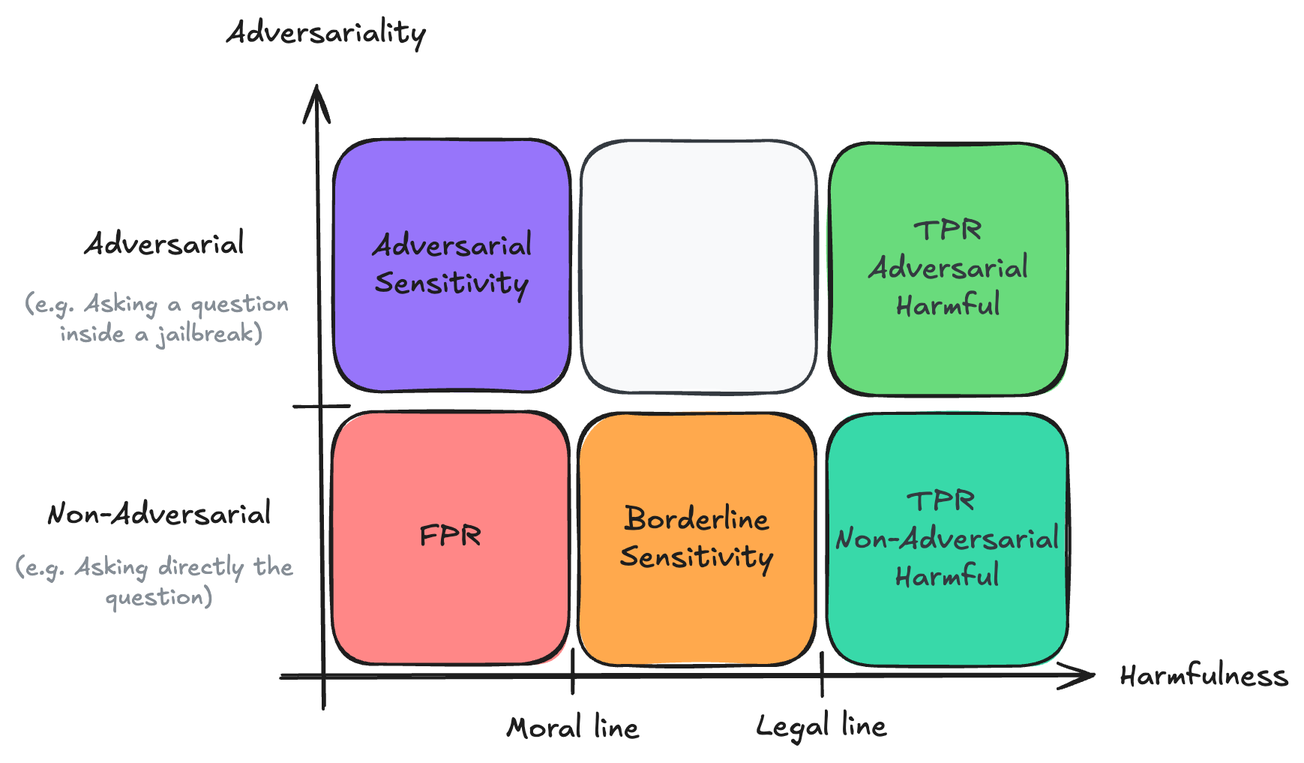
Earlier version of the Excalidraw export images/adv_harm_color_matrix.png (brash6/BELLS_leaderboard_mock_up). Source tidied: one line per element, renumbered; positions are measured from the earlier drawing's top-left corner, leaving out a move shared by most shapes. Source of this version:
```json
{"id": 0, "type": "arrow", "strokeColor": "#1e1e1e", "strokeWidth": 2, "roughness": 1, "endArrowhead": "arrow", "round": true, "x": 177, "y": 441, "width": 542, "height": 1, "points": [[0, 0], [542, -1]]}
{"id": 1, "type": "arrow", "strokeColor": "#1e1e1e", "strokeWidth": 2, "roughness": 1, "endArrowhead": "arrow", "round": true, "x": 205, "y": 461, "width": 5, "height": 414, "points": [[0, 0], [-5, -414]]}
{"id": 2, "type": "line", "strokeColor": "#1e1e1e", "strokeWidth": 2, "roughness": 1, "round": true, "x": 186, "y": 261, "width": 37, "height": 1, "points": [[0, 0], [37, -1]]}
{"id": 3, "type": "line", "strokeColor": "#1e1e1e", "strokeWidth": 2, "roughness": 1, "round": true, "x": 372, "y": 423, "width": 0, "height": 29, "points": [[0, 0], [0, 29]]}
{"id": 4, "type": "line", "strokeColor": "#1e1e1e", "strokeWidth": 2, "roughness": 1, "round": true, "x": 538, "y": 425, "width": 0, "height": 29, "points": [[0, 0], [0, 29]]}
{"id": 5, "type": "text", "text": "Adversariality", "strokeColor": "#1e1e1e", "strokeWidth": 2, "roughness": 1, "fontSize": 20, "fontFamily": 5, "x": 141, "y": 0, "width": 134, "height": 25}
{"id": 6, "type": "text", "text": "Harmfulness", "strokeColor": "#1e1e1e", "strokeWidth": 2, "roughness": 1, "fontSize": 20, "fontFamily": 5, "x": 737, "y": 428, "width": 113, "height": 25}
{"id": 7, "type": "text", "text": "Non-Adversarial", "strokeColor": "#1e1e1e", "strokeWidth": 2, "roughness": 1, "fontSize": 20, "fontFamily": 5, "x": 21, "y": 321, "width": 150, "height": 25}
{"id": 8, "type": "text", "text": "Adversarial", "strokeColor": "#1e1e1e", "strokeWidth": 2, "roughness": 1, "fontSize": 20, "fontFamily": 5, "x": 46, "y": 141, "width": 107, "height": 25}
{"id": 9, "type": "text", "text": "Moral line", "strokeColor": "#1e1e1e", "strokeWidth": 2, "roughness": 1, "fontSize": 20, "fontFamily": 5, "x": 327, "y": 464, "width": 89, "height": 25}
{"id": 10, "type": "text", "text": "Legal line", "strokeColor": "#1e1e1e", "strokeWidth": 2, "roughness": 1, "fontSize": 20, "fontFamily": 5, "x": 494, "y": 462, "width": 87, "height": 25}
{"id": 11, "type": "rectangle", "strokeColor": "#1e1e1e", "backgroundColor": "#ff8787", "fillStyle": "solid", "strokeWidth": 2, "roughness": 1, "round": true, "x": 211, "y": 264, "width": 158, "height": 168}
{"id": 12, "type": "text", "text": "FPR", "strokeColor": "#1e1e1e", "strokeWidth": 2, "roughness": 1, "fontSize": 20, "fontFamily": 5, "textAlign": "center", "verticalAlign": "middle", "inside": 11, "x": 269, "y": 336, "width": 42, "height": 25}
{"id": 13, "type": "rectangle", "strokeColor": "#1e1e1e", "backgroundColor": "#ffa94d", "fillStyle": "solid", "strokeWidth": 2, "roughness": 1, "round": true, "x": 375, "y": 265, "width": 158, "height": 168}
{"id": 14, "type": "text", "text": "Borderline\nSensitivity", "strokeColor": "#1e1e1e", "strokeWidth": 2, "roughness": 1, "fontSize": 20, "fontFamily": 5, "textAlign": "center", "verticalAlign": "middle", "inside": 13, "x": 403, "y": 324, "width": 103, "height": 50}
{"id": 15, "type": "rectangle", "strokeColor": "#1e1e1e", "backgroundColor": "#38d9a9", "fillStyle": "solid", "strokeWidth": 2, "roughness": 1, "round": true, "x": 541, "y": 266, "width": 161, "height": 168}
{"id": 16, "type": "text", "text": "TPR \nNon-Adversarial\nHarmful", "strokeColor": "#343a40", "backgroundColor": "#e9ecef", "fillStyle": "solid", "strokeWidth": 2, "roughness": 1, "fontSize": 20, "fontFamily": 5, "textAlign": "center", "verticalAlign": "middle", "inside": 15, "x": 547, "y": 312, "width": 150, "height": 75}
{"id": 17, "type": "rectangle", "strokeColor": "#1e1e1e", "backgroundColor": "#9775fa", "fillStyle": "solid", "strokeWidth": 2, "roughness": 1, "round": true, "x": 212, "y": 83, "width": 158, "height": 168}
{"id": 18, "type": "text", "text": "Adversarial\nSensitivity", "strokeColor": "#1e1e1e", "strokeWidth": 2, "roughness": 1, "fontSize": 20, "fontFamily": 5, "textAlign": "center", "verticalAlign": "middle", "inside": 17, "x": 238, "y": 142, "width": 107, "height": 50}
{"id": 19, "type": "rectangle", "strokeColor": "#343a40", "backgroundColor": "#f8f9fa", "fillStyle": "solid", "strokeWidth": 2, "roughness": 1, "round": true, "x": 378, "y": 84, "width": 157, "height": 168}
{"id": 20, "type": "rectangle", "strokeColor": "#1e1e1e", "backgroundColor": "#69db7c", "fillStyle": "solid", "strokeWidth": 2, "roughness": 1, "round": true, "x": 543, "y": 85, "width": 159, "height": 168}
{"id": 21, "type": "text", "text": "TPR\nAdversarial\nHarmful", "strokeColor": "#343a40", "backgroundColor": "#e9ecef", "fillStyle": "solid", "strokeWidth": 2, "roughness": 1, "fontSize": 20, "fontFamily": 5, "textAlign": "center", "verticalAlign": "middle", "inside": 20, "x": 569, "y": 132, "width": 107, "height": 75}
{"id": 22, "type": "text", "text": "(e.g. Asking a question \ninside a jailbreak)", "strokeColor": "#868e96", "backgroundColor": "#ffd8a8", "fillStyle": "solid", "strokeWidth": 2, "roughness": 1, "fontSize": 16, "fontFamily": 5, "textAlign": "center", "x": 6, "y": 183, "width": 183, "height": 40}
{"id": 23, "type": "text", "text": "(e.g. Asking directly the \nquestion)", "strokeColor": "#868e96", "backgroundColor": "#ffd8a8", "fillStyle": "solid", "strokeWidth": 2, "roughness": 1, "fontSize": 16, "fontFamily": 5, "textAlign": "center", "x": 0, "y": 359, "width": 192, "height": 40}
```
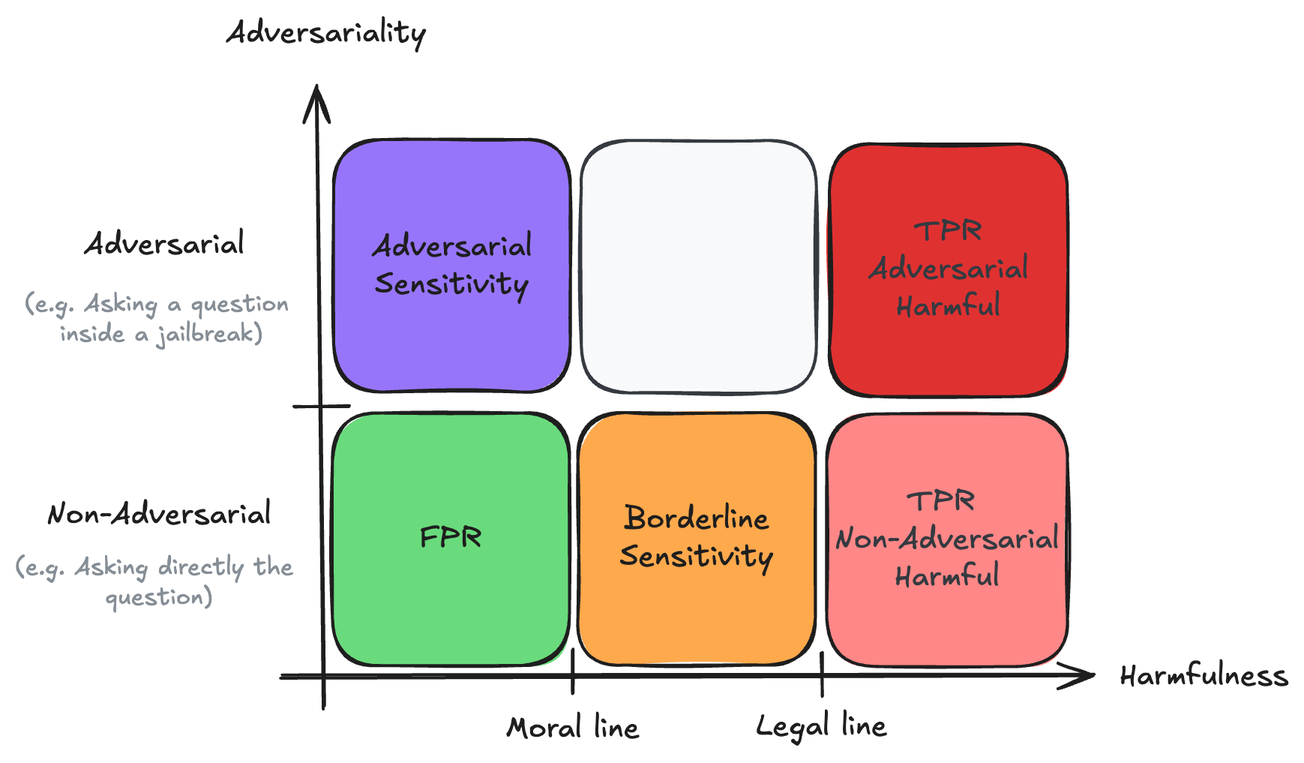
The same diagram one commit later.

Commit message:
new matrix colors, some renaming, add disclaimer at the beginning, add footer with logo

What changed in the source:
```diff
@@ -9,16 +9,16 @@
 {"id": 8, "type": "text", "text": "Adversarial", "strokeColor": "#1e1e1e", "strokeWidth": 2, "roughness": 1, "fontSize": 20, "fontFamily": 5, "x": 46, "y": 141, "width": 107, "height": 25}
 {"id": 9, "type": "text", "text": "Moral line", "strokeColor": "#1e1e1e", "strokeWidth": 2, "roughness": 1, "fontSize": 20, "fontFamily": 5, "x": 327, "y": 464, "width": 89, "height": 25}
 {"id": 10, "type": "text", "text": "Legal line", "strokeColor": "#1e1e1e", "strokeWidth": 2, "roughness": 1, "fontSize": 20, "fontFamily": 5, "x": 494, "y": 462, "width": 87, "height": 25}
-{"id": 11, "type": "rectangle", "strokeColor": "#1e1e1e", "backgroundColor": "#ff8787", "fillStyle": "solid", "strokeWidth": 2, "roughness": 1, "round": true, "x": 211, "y": 264, "width": 158, "height": 168}
+{"id": 11, "type": "rectangle", "strokeColor": "#1e1e1e", "backgroundColor": "#69db7c", "fillStyle": "solid", "strokeWidth": 2, "roughness": 1, "round": true, "x": 212, "y": 265, "width": 158, "height": 168}
-{"id": 12, "type": "text", "text": "FPR", "strokeColor": "#1e1e1e", "strokeWidth": 2, "roughness": 1, "fontSize": 20, "fontFamily": 5, "textAlign": "center", "verticalAlign": "middle", "inside": 11, "x": 269, "y": 336, "width": 42, "height": 25}
+{"id": 12, "type": "text", "text": "FPR", "strokeColor": "#1e1e1e", "strokeWidth": 2, "roughness": 1, "fontSize": 20, "fontFamily": 5, "textAlign": "center", "verticalAlign": "middle", "inside": 11, "x": 270, "y": 337, "width": 42, "height": 25}
 {"id": 13, "type": "rectangle", "strokeColor": "#1e1e1e", "backgroundColor": "#ffa94d", "fillStyle": "solid", "strokeWidth": 2, "roughness": 1, "round": true, "x": 375, "y": 265, "width": 158, "height": 168}
 {"id": 14, "type": "text", "text": "Borderline\nSensitivity", "strokeColor": "#1e1e1e", "strokeWidth": 2, "roughness": 1, "fontSize": 20, "fontFamily": 5, "textAlign": "center", "verticalAlign": "middle", "inside": 13, "x": 403, "y": 324, "width": 103, "height": 50}
-{"id": 15, "type": "rectangle", "strokeColor": "#1e1e1e", "backgroundColor": "#38d9a9", "fillStyle": "solid", "strokeWidth": 2, "roughness": 1, "round": true, "x": 541, "y": 266, "width": 161, "height": 168}
+{"id": 15, "type": "rectangle", "strokeColor": "#1e1e1e", "backgroundColor": "#ff8787", "fillStyle": "solid", "strokeWidth": 2, "roughness": 1, "round": true, "x": 541, "y": 266, "width": 161, "height": 168}
-{"id": 16, "type": "text", "text": "TPR \nNon-Adversarial\nHarmful", "strokeColor": "#343a40", "backgroundColor": "#e9ecef", "fillStyle": "solid", "strokeWidth": 2, "roughness": 1, "fontSize": 20, "fontFamily": 5, "textAlign": "center", "verticalAlign": "middle", "inside": 15, "x": 547, "y": 312, "width": 150, "height": 75}
+{"id": 16, "type": "text", "text": "TPR \nNon-Adversarial\nHarmful", "strokeColor": "#343a40", "backgroundColor": "#e9ecef", "fillStyle": "solid", "strokeWidth": 2, "roughness": 1, "fontSize": 20, "fontFamily": 5, "textAlign": "center", "verticalAlign": "middle", "inside": 15, "x": 547, "y": 313, "width": 150, "height": 75}
 {"id": 17, "type": "rectangle", "strokeColor": "#1e1e1e", "backgroundColor": "#9775fa", "fillStyle": "solid", "strokeWidth": 2, "roughness": 1, "round": true, "x": 212, "y": 83, "width": 158, "height": 168}
 {"id": 18, "type": "text", "text": "Adversarial\nSensitivity", "strokeColor": "#1e1e1e", "strokeWidth": 2, "roughness": 1, "fontSize": 20, "fontFamily": 5, "textAlign": "center", "verticalAlign": "middle", "inside": 17, "x": 238, "y": 142, "width": 107, "height": 50}
 {"id": 19, "type": "rectangle", "strokeColor": "#343a40", "backgroundColor": "#f8f9fa", "fillStyle": "solid", "strokeWidth": 2, "roughness": 1, "round": true, "x": 378, "y": 84, "width": 157, "height": 168}
-{"id": 20, "type": "rectangle", "strokeColor": "#1e1e1e", "backgroundColor": "#69db7c", "fillStyle": "solid", "strokeWidth": 2, "roughness": 1, "round": true, "x": 543, "y": 85, "width": 159, "height": 168}
+{"id": 20, "type": "rectangle", "strokeColor": "#1e1e1e", "backgroundColor": "#e03131", "fillStyle": "solid", "strokeWidth": 2, "roughness": 1, "round": true, "x": 543, "y": 86, "width": 159, "height": 168}
-{"id": 21, "type": "text", "text": "TPR\nAdversarial\nHarmful", "strokeColor": "#343a40", "backgroundColor": "#e9ecef", "fillStyle": "solid", "strokeWidth": 2, "roughness": 1, "fontSize": 20, "fontFamily": 5, "textAlign": "center", "verticalAlign": "middle", "inside": 20, "x": 569, "y": 132, "width": 107, "height": 75}
+{"id": 21, "type": "text", "text": "TPR\nAdversarial\nHarmful", "strokeColor": "#343a40", "backgroundColor": "#e9ecef", "fillStyle": "solid", "strokeWidth": 2, "roughness": 1, "fontSize": 20, "fontFamily": 5, "textAlign": "center", "verticalAlign": "middle", "inside": 20, "x": 569, "y": 133, "width": 107, "height": 75}
 {"id": 22, "type": "text", "text": "(e.g. Asking a question \ninside a jailbreak)", "strokeColor": "#868e96", "backgroundColor": "#ffd8a8", "fillStyle": "solid", "strokeWidth": 2, "roughness": 1, "fontSize": 16, "fontFamily": 5, "textAlign": "center", "x": 6, "y": 183, "width": 183, "height": 40}
 {"id": 23, "type": "text", "text": "(e.g. Asking directly the \nquestion)", "strokeColor": "#868e96", "backgroundColor": "#ffd8a8", "fillStyle": "solid", "strokeWidth": 2, "roughness": 1, "fontSize": 16, "fontFamily": 5, "textAlign": "center", "x": 0, "y": 359, "width": 192, "height": 40}
```
